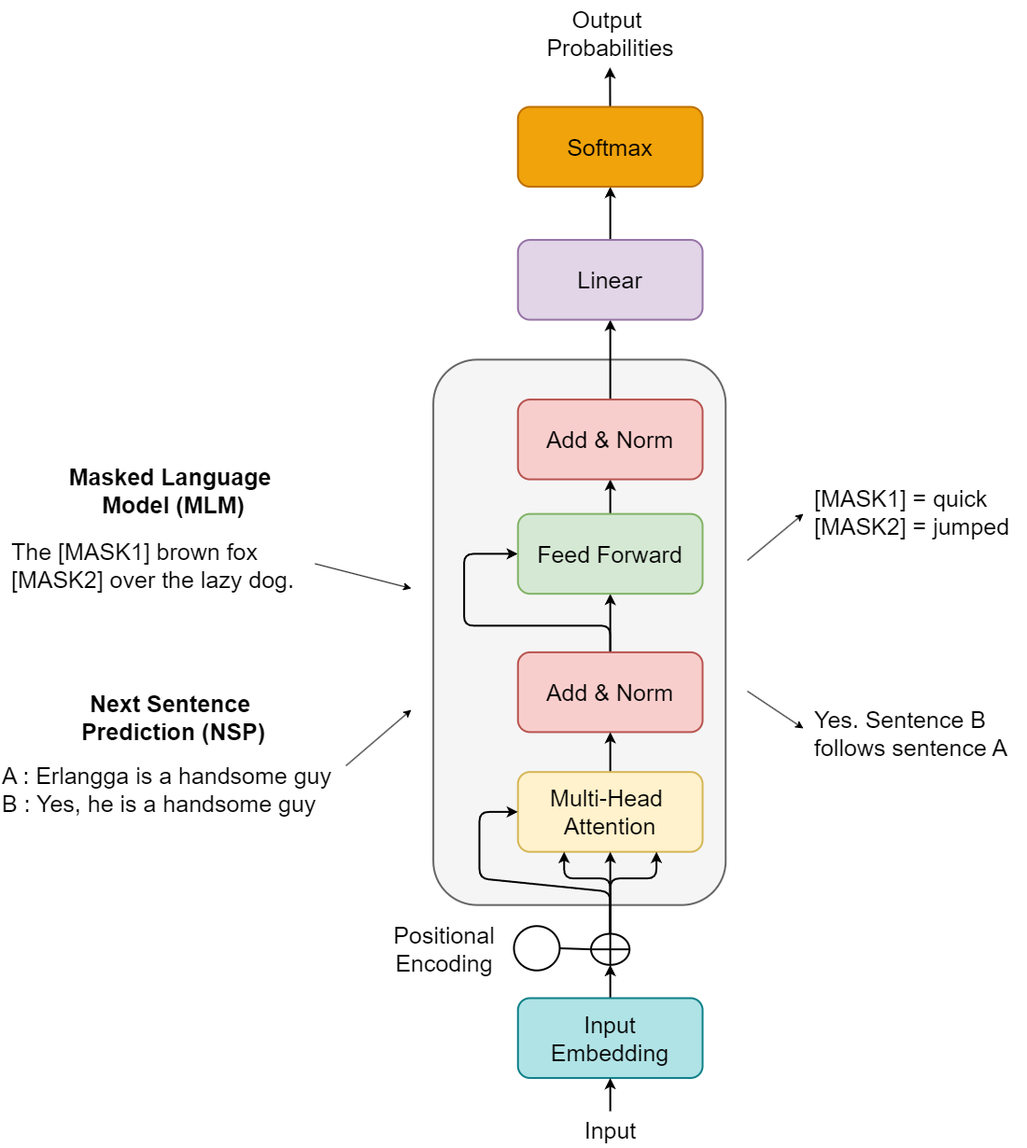
Earlier version of the draw.io export bert.png (erlanggadewa/Sentiment-Analysis-Review-Steam). Source tidied: cells renumbered, new cells last; positions are measured from the earlier drawing's top-left corner, leaving out a move shared by most shapes.
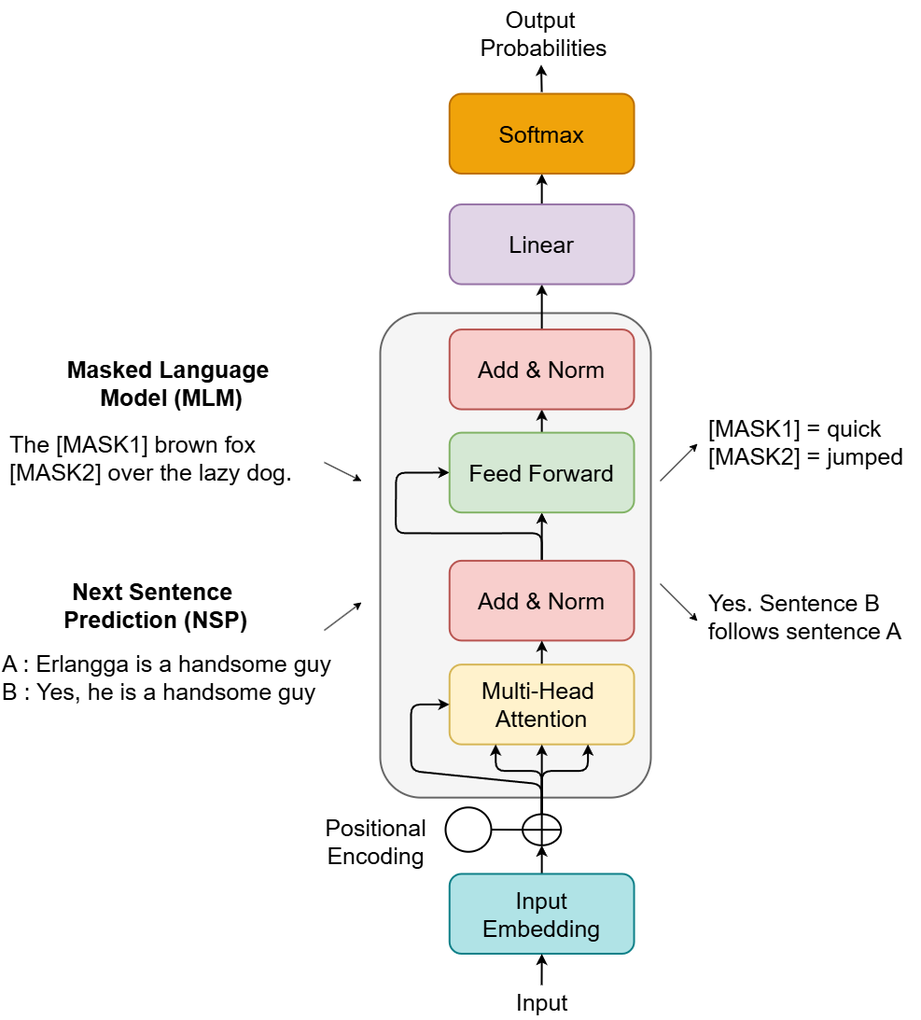
Above is the later version.

What changed in the source:
```diff
@@ -2,152 +2,159 @@
   <root>
     <mxCell id="0" />
     <mxCell id="1" parent="0" />
-    <mxCell id="2" style="rounded=1;whiteSpace=wrap;html=1;strokeWidth=2;fillColor=#f5f5f5;fontColor=#333333;strokeColor=#666666;fontSize=25;" parent="1" vertex="1">
-      <mxGeometry x="463.6" y="384.8" width="313.1" height="584.4" as="geometry" />
-    </mxCell>
-    <mxCell id="3" style="edgeStyle=none;html=1;entryX=0.5;entryY=1;entryDx=0;entryDy=0;strokeWidth=2;fontSize=25;" parent="1" edge="1" source="5" target="7">
-      <mxGeometry relative="1" as="geometry" />
-    </mxCell>
-    <mxCell id="4" style="edgeStyle=none;html=1;entryX=0;entryY=0.5;entryDx=0;entryDy=0;exitX=0.5;exitY=0;exitDx=0;exitDy=0;strokeWidth=2;fontSize=25;" parent="1" edge="1" source="5" target="7">
-      <mxGeometry relative="1" as="geometry">
-        <Array as="points">
-          <mxPoint x="653.1" y="669.9" />
-          <mxPoint x="496.6" y="669.9" />
-          <mxPoint x="496.6" y="592.9" />
-        </Array>
-      </mxGeometry>
-    </mxCell>
-    <mxCell id="5" value="Add &amp;amp; Norm" style="rounded=1;whiteSpace=wrap;html=1;strokeWidth=2;fillColor=#f8cecc;strokeColor=#b85450;fontSize=25;" parent="1" vertex="1">
-      <mxGeometry x="554.3" y="698.4" width="197.8" height="85.5" as="geometry" />
-    </mxCell>
-    <mxCell id="6" style="edgeStyle=none;html=1;entryX=0.5;entryY=1;entryDx=0;entryDy=0;strokeWidth=2;fontSize=25;" parent="1" edge="1" source="7" target="11">
-      <mxGeometry relative="1" as="geometry" />
-    </mxCell>
+    <mxCell id="40" style="rounded=1;whiteSpace=wrap;html=1;strokeWidth=2;fillColor=#f5f5f5;fontColor=#333333;strokeColor=#666666;fontSize=25;" parent="1" vertex="1">
+      <mxGeometry x="480" y="450" width="290" height="519.2" as="geometry" />
+    </mxCell>
+    <mxCell id="41" style="edgeStyle=none;html=1;entryX=0.5;entryY=1;entryDx=0;entryDy=0;strokeWidth=2;fontSize=25;" parent="1" edge="1" source="43" target="7">
+      <mxGeometry relative="1" as="geometry" />
+    </mxCell>
+    <mxCell id="42" style="edgeStyle=none;html=1;entryX=0;entryY=0.5;entryDx=0;entryDy=0;exitX=0.5;exitY=0;exitDx=0;exitDy=0;strokeWidth=2;fontSize=25;" parent="1" edge="1" target="7">
+      <mxGeometry relative="1" as="geometry">
+        <mxPoint x="653.1" y="731.4" as="sourcePoint" />
+        <Array as="points">
+          <mxPoint x="653.1" y="685.9" />
+          <mxPoint x="570" y="686" />
+          <mxPoint x="496.6" y="685.9" />
+          <mxPoint x="497" y="621" />
+        </Array>
+      </mxGeometry>
+    </mxCell>
+    <mxCell id="43" value="Add &amp;amp; Norm" style="rounded=1;whiteSpace=wrap;html=1;strokeWidth=2;fillColor=#f8cecc;strokeColor=#b85450;fontSize=25;" parent="1" vertex="1">
+      <mxGeometry x="554.3" y="715.4" width="197.8" height="85.5" as="geometry" />
+    </mxCell>
+    <mxCell id="44" style="edgeStyle=none;html=1;entryX=0.5;entryY=1;entryDx=0;entryDy=0;strokeWidth=2;fontSize=25;" parent="1" edge="1" source="7" target="47">
+      <mxGeometry relative="1" as="geometry" />
+    </mxCell>
     <mxCell id="7" value="Feed Forward" style="rounded=1;whiteSpace=wrap;html=1;strokeWidth=2;fillColor=#d5e8d4;strokeColor=#82b366;fontSize=25;" parent="1" vertex="1">
-      <mxGeometry x="554.3" y="550.2" width="197.8" height="85.5" as="geometry" />
+      <mxGeometry x="554.3" y="578.2" width="197.8" height="85.5" as="geometry" />
     </mxCell>
-    <mxCell id="8" style="edgeStyle=none;html=1;entryX=0.5;entryY=1;entryDx=0;entryDy=0;strokeWidth=2;fontSize=25;" parent="1" edge="1" source="9" target="5">
-      <mxGeometry relative="1" as="geometry" />
-    </mxCell>
+    <mxCell id="45" style="edgeStyle=none;html=1;entryX=0.5;entryY=1;entryDx=0;entryDy=0;strokeWidth=2;fontSize=25;" parent="1" edge="1" source="9" target="43">
+      <mxGeometry relative="1" as="geometry" />
+    </mxCell>
     <mxCell id="9" value="Multi-Head&amp;nbsp;&lt;div&gt;Attention&lt;/div&gt;" style="rounded=1;whiteSpace=wrap;html=1;strokeWidth=2;fillColor=#fff2cc;strokeColor=#d6b656;fontSize=25;" parent="1" vertex="1">
       <mxGeometry x="554.3" y="826.7" width="197.8" height="85.5" as="geometry" />
     </mxCell>
-    <mxCell id="10" style="edgeStyle=none;html=1;entryX=0.5;entryY=1;entryDx=0;entryDy=0;strokeWidth=2;fontSize=25;" parent="1" edge="1" source="11" target="26">
-      <mxGeometry relative="1" as="geometry" />
-    </mxCell>
-    <mxCell id="11" value="Add &amp;amp; Norm" style="rounded=1;whiteSpace=wrap;html=1;strokeWidth=2;fillColor=#f8cecc;strokeColor=#b85450;fontSize=25;" parent="1" vertex="1">
-      <mxGeometry x="554.3" y="427.6" width="197.8" height="85.5" as="geometry" />
-    </mxCell>
-    <mxCell id="12" style="edgeStyle=none;html=1;entryX=0.5;entryY=1;entryDx=0;entryDy=0;strokeWidth=2;fontSize=25;" parent="1" edge="1" source="13" target="21">
-      <mxGeometry relative="1" as="geometry" />
-    </mxCell>
+    <mxCell id="46" style="edgeStyle=none;html=1;entryX=0.5;entryY=1;entryDx=0;entryDy=0;strokeWidth=2;fontSize=25;" parent="1" edge="1" source="47" target="26">
+      <mxGeometry relative="1" as="geometry" />
+    </mxCell>
+    <mxCell id="47" value="Add &amp;amp; Norm" style="rounded=1;whiteSpace=wrap;html=1;strokeWidth=2;fillColor=#f8cecc;strokeColor=#b85450;fontSize=25;" parent="1" vertex="1">
+      <mxGeometry x="554.3" y="467.6" width="197.8" height="85.5" as="geometry" />
+    </mxCell>
+    <mxCell id="48" style="edgeStyle=none;html=1;entryX=0.5;entryY=1;entryDx=0;entryDy=0;strokeWidth=2;fontSize=25;" parent="1" edge="1" source="13" target="56">
+      <mxGeometry relative="1" as="geometry" />
+    </mxCell>
     <mxCell id="13" value="Input&lt;div&gt;Embedding&lt;/div&gt;" style="rounded=1;whiteSpace=wrap;html=1;strokeWidth=2;fillColor=#b0e3e6;strokeColor=#0e8088;fontSize=25;" parent="1" vertex="1">
-      <mxGeometry x="554.3" y="1068.9" width="197.8" height="85.5" as="geometry" />
+      <mxGeometry x="554.3" y="1050.9" width="197.8" height="85.5" as="geometry" />
     </mxCell>
-    <mxCell id="14" style="edgeStyle=none;html=1;entryX=0;entryY=0.5;entryDx=0;entryDy=0;endArrow=none;endFill=0;strokeColor=none;strokeWidth=2;fontSize=25;" parent="1" edge="1" source="16" target="21">
-      <mxGeometry relative="1" as="geometry" />
-    </mxCell>
-    <mxCell id="15" style="edgeStyle=none;html=1;entryX=0;entryY=0.5;entryDx=0;entryDy=0;endArrow=none;endFill=0;strokeWidth=2;fontSize=25;" parent="1" edge="1" source="16" target="21">
-      <mxGeometry relative="1" as="geometry" />
-    </mxCell>
-    <mxCell id="16" style="ellipse;whiteSpace=wrap;html=1;strokeWidth=2;fontSize=25;" parent="1" vertex="1">
-      <mxGeometry x="550" y="991.8" width="49" height="47.5" as="geometry" />
-    </mxCell>
-    <mxCell id="17" style="edgeStyle=none;html=1;entryX=0.5;entryY=1;entryDx=0;entryDy=0;strokeWidth=2;fontSize=25;" parent="1" edge="1" source="21" target="9">
-      <mxGeometry relative="1" as="geometry" />
-    </mxCell>
-    <mxCell id="18" style="edgeStyle=none;html=1;entryX=0;entryY=0.5;entryDx=0;entryDy=0;strokeWidth=2;fontSize=25;" parent="1" edge="1" source="21" target="9">
-      <mxGeometry relative="1" as="geometry">
-        <Array as="points">
-          <mxPoint x="653.1" y="954.9" />
-          <mxPoint x="513.1" y="940.7" />
-          <mxPoint x="513.1" y="869.4" />
-        </Array>
-      </mxGeometry>
-    </mxCell>
-    <mxCell id="19" style="edgeStyle=none;html=1;entryX=0.25;entryY=1;entryDx=0;entryDy=0;strokeWidth=2;fontSize=25;" parent="1" edge="1" source="21" target="9">
-      <mxGeometry relative="1" as="geometry">
-        <Array as="points">
-          <mxPoint x="653.1" y="940.7" />
-          <mxPoint x="603.7" y="940.7" />
-        </Array>
-      </mxGeometry>
-    </mxCell>
-    <mxCell id="20" style="edgeStyle=none;html=1;entryX=0.75;entryY=1;entryDx=0;entryDy=0;strokeWidth=2;fontSize=25;" parent="1" edge="1" source="21" target="9">
-      <mxGeometry relative="1" as="geometry">
-        <Array as="points">
-          <mxPoint x="653.1" y="940.7" />
-          <mxPoint x="702.6" y="940.7" />
-        </Array>
-      </mxGeometry>
-    </mxCell>
-    <mxCell id="21" style="shape=orEllipse;perimeter=ellipsePerimeter;whiteSpace=wrap;html=1;backgroundOutline=1;strokeWidth=2;fontSize=25;" parent="1" vertex="1">
-      <mxGeometry x="632.5" y="1000" width="41.2" height="33.3" as="geometry" />
-    </mxCell>
+    <mxCell id="49" style="edgeStyle=none;html=1;entryX=0;entryY=0.5;entryDx=0;entryDy=0;endArrow=none;endFill=0;strokeColor=none;strokeWidth=2;fontSize=25;" parent="1" edge="1" source="51" target="56">
+      <mxGeometry relative="1" as="geometry" />
+    </mxCell>
+    <mxCell id="50" style="edgeStyle=none;html=1;entryX=0;entryY=0.5;entryDx=0;entryDy=0;endArrow=none;endFill=0;strokeWidth=2;fontSize=25;" parent="1" edge="1" source="51" target="56">
+      <mxGeometry relative="1" as="geometry" />
+    </mxCell>
+    <mxCell id="51" style="ellipse;whiteSpace=wrap;html=1;strokeWidth=2;fontSize=25;" parent="1" vertex="1">
+      <mxGeometry x="550" y="979.8" width="49" height="47.5" as="geometry" />
+    </mxCell>
+    <mxCell id="52" style="edgeStyle=none;html=1;entryX=0.5;entryY=1;entryDx=0;entryDy=0;strokeWidth=2;fontSize=25;" parent="1" edge="1" source="56" target="9">
+      <mxGeometry relative="1" as="geometry" />
+    </mxCell>
+    <mxCell id="53" style="edgeStyle=none;html=1;entryX=0;entryY=0.5;entryDx=0;entryDy=0;strokeWidth=2;fontSize=25;" parent="1" edge="1" source="56" target="9">
+      <mxGeometry relative="1" as="geometry">
+        <Array as="points">
+          <mxPoint x="653.1" y="954.9" />
+          <mxPoint x="513.1" y="940.7" />
+          <mxPoint x="513.1" y="869.4" />
+        </Array>
+      </mxGeometry>
+    </mxCell>
+    <mxCell id="54" style="edgeStyle=none;html=1;entryX=0.25;entryY=1;entryDx=0;entryDy=0;strokeWidth=2;fontSize=25;" parent="1" edge="1" source="56" target="9">
+      <mxGeometry relative="1" as="geometry">
+        <Array as="points">
+          <mxPoint x="653.1" y="940.7" />
+          <mxPoint x="603.7" y="940.7" />
+        </Array>
+      </mxGeometry>
+    </mxCell>
+    <mxCell id="55" style="edgeStyle=none;html=1;entryX=0.75;entryY=1;entryDx=0;entryDy=0;strokeWidth=2;fontSize=25;" parent="1" edge="1" source="56" target="9">
+      <mxGeometry relative="1" as="geometry">
+        <Array as="points">
+          <mxPoint x="653.1" y="940.7" />
+          <mxPoint x="702.6" y="940.7" />
+        </Array>
+      </mxGeometry>
+    </mxCell>
+    <mxCell id="56" style="shape=orEllipse;perimeter=ellipsePerimeter;whiteSpace=wrap;html=1;backgroundOutline=1;strokeWidth=2;fontSize=25;" parent="1" vertex="1">
+      <mxGeometry x="632.5" y="987" width="41.2" height="33.3" as="geometry" />
+    </mxCell>
     <mxCell id="22" value="Positional&lt;div&gt;Encoding&lt;/div&gt;" style="text;html=1;align=center;verticalAlign=middle;strokeColor=none;fillColor=none;strokeWidth=2;fontSize=25;" parent="1" vertex="1">
       <mxGeometry x="410" y="980.5" width="130" height="70" as="geometry" />
     </mxCell>
-    <mxCell id="23" style="edgeStyle=none;html=1;entryX=0.5;entryY=1;entryDx=0;entryDy=0;strokeWidth=2;fontSize=25;" parent="1" edge="1" source="24" target="13">
-      <mxGeometry relative="1" as="geometry" />
-    </mxCell>
+    <mxCell id="57" style="edgeStyle=none;html=1;entryX=0.5;entryY=1;entryDx=0;entryDy=0;strokeWidth=2;fontSize=25;" parent="1" edge="1" target="13">
+      <mxGeometry relative="1" as="geometry">
+        <mxPoint x="653" y="1170" as="sourcePoint" />
+      </mxGeometry>
+    </mxCell>
     <mxCell id="24" value="Input" style="text;html=1;align=center;verticalAlign=middle;points=[];strokeColor=none;fillColor=none;strokeWidth=2;fontSize=25;" parent="1" vertex="1">
-      <mxGeometry x="613.2" y="1190" width="80" height="40" as="geometry" />
+      <mxGeometry x="613.2" y="1168" width="80" height="40" as="geometry" />
     </mxCell>
     <mxCell id="25" style="edgeStyle=none;html=1;entryX=0.5;entryY=1;entryDx=0;entryDy=0;strokeWidth=2;fontSize=25;" parent="1" edge="1" source="26" target="28">
       <mxGeometry relative="1" as="geometry" />
     </mxCell>
     <mxCell id="26" value="Linear" style="rounded=1;whiteSpace=wrap;html=1;strokeWidth=2;fillColor=#e1d5e7;strokeColor=#9673a6;fontSize=25;" parent="1" vertex="1">
-      <mxGeometry x="554.3" y="256.5" width="197.8" height="85.5" as="geometry" />
+      <mxGeometry x="554.3" y="333.5" width="197.8" height="85.5" as="geometry" />
     </mxCell>
-    <mxCell id="27" style="edgeStyle=none;html=1;entryX=0.501;entryY=1.023;entryDx=0;entryDy=0;entryPerimeter=0;strokeWidth=2;fontSize=25;" parent="1" edge="1" source="28" target="29">
-      <mxGeometry relative="1" as="geometry" />
-    </mxCell>
+    <mxCell id="58" style="edgeStyle=none;html=1;entryX=0.483;entryY=0.98;entryDx=0;entryDy=0;entryPerimeter=0;strokeWidth=2;fontSize=25;" parent="1" edge="1" target="29">
+      <mxGeometry relative="1" as="geometry">
+        <mxPoint x="653.1" y="213" as="sourcePoint" />
+      </mxGeometry>
+    </mxCell>
     <mxCell id="28" value="Softmax" style="rounded=1;whiteSpace=wrap;html=1;strokeWidth=2;fillColor=#f0a30a;fontColor=#000000;strokeColor=#BD7000;fontSize=25;" parent="1" vertex="1">
-      <mxGeometry x="554.3" y="114" width="197.8" height="85.5" as="geometry" />
+      <mxGeometry x="554.3" y="215" width="197.8" height="85.5" as="geometry" />
     </mxCell>
     <mxCell id="29" value="Output&amp;nbsp;&lt;div&gt;Probabilities&lt;/div&gt;" style="text;html=1;align=center;verticalAlign=middle;points=[];strokeColor=none;fillColor=none;strokeWidth=2;fontSize=25;" parent="1" vertex="1">
-      <mxGeometry x="572.7" width="160" height="70" as="geometry" />
+      <mxGeometry x="575.2" y="115" width="160" height="70" as="geometry" />
     </mxCell>
     <mxCell id="30" value="Masked Language&amp;nbsp;&lt;div&gt;Model (MLM)&lt;/div&gt;" style="text;html=1;align=center;verticalAlign=middle;strokeColor=none;fillColor=none;strokeWidth=2;fontSize=25;fontStyle=1;" parent="1" vertex="1">
-      <mxGeometry x="65" y="490" width="240" height="70" as="geometry" />
+      <mxGeometry x="136" y="490" width="240" height="70" as="geometry" />
     </mxCell>
     <mxCell id="31" value="Next Sentence&amp;nbsp;&lt;div&gt;Prediction (NSP)&lt;/div&gt;" style="text;html=1;align=center;verticalAlign=middle;strokeColor=none;fillColor=none;strokeWidth=2;fontSize=25;fontStyle=1;" parent="1" vertex="1">
-      <mxGeometry x="80" y="733" width="210" height="70" as="geometry" />
+      <mxGeometry x="134" y="728" width="210" height="70" as="geometry" />
     </mxCell>
-    <mxCell id="32" style="edgeStyle=none;html=1;exitX=0.991;exitY=0.479;exitDx=0;exitDy=0;exitPerimeter=0;" parent="1" edge="1" source="33">
-      <mxGeometry relative="1" as="geometry">
-        <mxPoint x="440" y="630" as="targetPoint" />
-      </mxGeometry>
-    </mxCell>
+    <mxCell id="59" style="edgeStyle=none;html=1;" parent="1" edge="1">
+      <mxGeometry relative="1" as="geometry">
+        <mxPoint x="420" y="610" as="sourcePoint" />
+        <mxPoint x="460" y="630" as="targetPoint" />
+      </mxGeometry>
+    </mxCell>
     <mxCell id="33" value="The [MASK1] brown fox&amp;nbsp;&lt;div&gt;[MASK2] over the lazy dog.&lt;/div&gt;" style="text;html=1;align=left;verticalAlign=middle;points=[];strokeColor=none;fillColor=none;strokeWidth=2;fontSize=25;" parent="1" vertex="1">
-      <mxGeometry x="10" y="570" width="330" height="70" as="geometry" />
+      <mxGeometry x="81" y="570" width="330" height="70" as="geometry" />
     </mxCell>
-    <mxCell id="34" style="edgeStyle=none;html=1;" parent="1" edge="1">
-      <mxGeometry relative="1" as="geometry">
-        <mxPoint x="370" y="820" as="sourcePoint" />
-        <mxPoint x="440" y="760" as="targetPoint" />
-      </mxGeometry>
-    </mxCell>
+    <mxCell id="60" style="edgeStyle=none;html=1;" parent="1" edge="1">
+      <mxGeometry relative="1" as="geometry">
+        <mxPoint x="420" y="790" as="sourcePoint" />
+        <mxPoint x="460" y="760" as="targetPoint" />
+      </mxGeometry>
+    </mxCell>
     <mxCell id="35" value="A : Erlangga is a handsome guy&lt;div&gt;&lt;span style=&quot;color: rgb(0, 0, 0);&quot;&gt;B : Yes, he is a handsome guy&lt;/span&gt;&lt;/div&gt;" style="text;html=1;align=left;verticalAlign=middle;strokeColor=none;fillColor=none;strokeWidth=2;fontSize=25;" parent="1" vertex="1">
-      <mxGeometry y="810" width="380" height="70" as="geometry" />
+      <mxGeometry x="73" y="805" width="380" height="70" as="geometry" />
     </mxCell>
-    <mxCell id="36" style="edgeStyle=none;html=1;endArrow=none;endFill=0;startArrow=classic;startFill=1;" parent="1" edge="1">
-      <mxGeometry relative="1" as="geometry">
-        <mxPoint x="860" y="550" as="sourcePoint" />
-        <mxPoint x="800" y="600" as="targetPoint" />
-      </mxGeometry>
-    </mxCell>
+    <mxCell id="61" style="edgeStyle=none;html=1;endArrow=none;endFill=0;startArrow=classic;startFill=1;" parent="1" edge="1">
+      <mxGeometry relative="1" as="geometry">
+        <mxPoint x="820" y="590" as="sourcePoint" />
+        <mxPoint x="780" y="630" as="targetPoint" />
+      </mxGeometry>
+    </mxCell>
     <mxCell id="37" value="[MASK1] = quick&lt;br&gt;[MASK2] = jumped" style="text;html=1;align=left;verticalAlign=middle;strokeColor=none;fillColor=none;strokeWidth=2;fontSize=25;" parent="1" vertex="1">
-      <mxGeometry x="870" y="513.1" width="230" height="70" as="geometry" />
+      <mxGeometry x="830" y="553.1" width="230" height="70" as="geometry" />
     </mxCell>
     <mxCell id="38" value="Yes. Sentence B&lt;br&gt;follows sentence A" style="text;html=1;align=left;verticalAlign=middle;strokeColor=none;fillColor=none;strokeWidth=2;fontSize=25;" parent="1" vertex="1">
-      <mxGeometry x="870" y="750" width="230" height="70" as="geometry" />
+      <mxGeometry x="830" y="740" width="230" height="70" as="geometry" />
     </mxCell>
-    <mxCell id="39" style="edgeStyle=none;html=1;endArrow=none;endFill=0;startArrow=classic;startFill=1;" parent="1" edge="1">
-      <mxGeometry relative="1" as="geometry">
-        <mxPoint x="860" y="780" as="sourcePoint" />
-        <mxPoint x="800" y="740" as="targetPoint" />
-      </mxGeometry>
-    </mxCell>
+    <mxCell id="62" style="edgeStyle=none;html=1;endArrow=none;endFill=0;startArrow=classic;startFill=1;" parent="1" edge="1">
+      <mxGeometry relative="1" as="geometry">
+        <mxPoint x="820" y="780" as="sourcePoint" />
+        <mxPoint x="780" y="740" as="targetPoint" />
+      </mxGeometry>
+    </mxCell>
   </root>
 </mxGraphModel>
```
